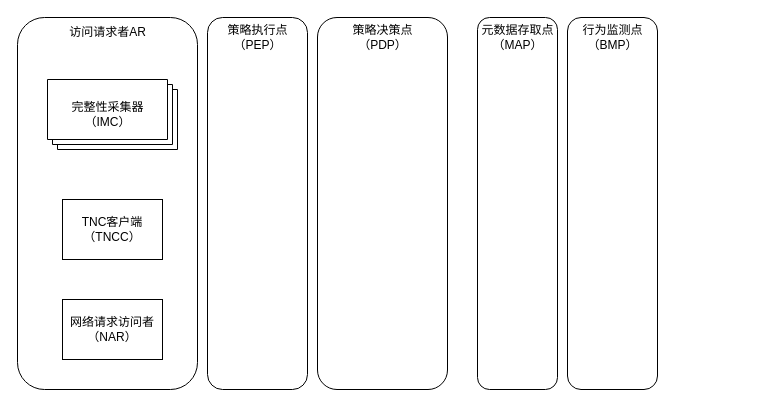
This is testDirectory/TNC体系架构.drawio from Moose1273/-, a draw.io file, before an edit. Source tidied: cells renumbered, new cells numbered last; positions are measured from the earlier drawing's top-left corner, leaving out a move shared by most shapes. Both pictures are drawn from the tidied source at 100%, with x=0, y=0 at pixel (17, 17).
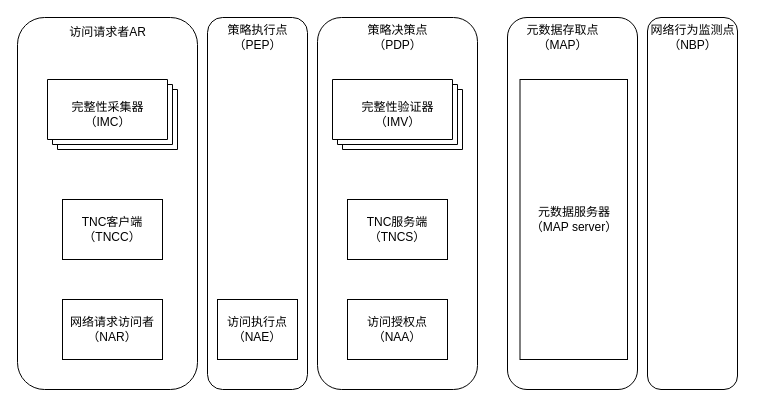
The same page after the edit.

Commit message (it also covers changes not shown here):
更新TNC体系架构.drawio

What changed in the source:
```diff
@@
     <mxCell id="4" style="rounded=1;whiteSpace=wrap;html=1;" parent="1" vertex="1">
-      <mxGeometry x="300" width="130" height="372" as="geometry" />
+      <mxGeometry x="300" width="160" height="372" as="geometry" />
     </mxCell>
     <mxCell id="5" style="rounded=1;whiteSpace=wrap;html=1;" parent="1" vertex="1">
-      <mxGeometry x="460" width="80" height="372" as="geometry" />
+      <mxGeometry x="490" width="130" height="372" as="geometry" />
     </mxCell>
     <mxCell id="6" style="rounded=1;whiteSpace=wrap;html=1;" parent="1" vertex="1">
-      <mxGeometry x="550" width="90" height="372" as="geometry" />
+      <mxGeometry x="630" width="90" height="372" as="geometry" />
     </mxCell>
@@
     <mxCell id="9" value="策略决策点&lt;div&gt;（PDP）&lt;/div&gt;" style="text;html=1;align=center;verticalAlign=middle;strokeColor=none;fillColor=none;" parent="1" vertex="1">
-      <mxGeometry x="325" width="80" height="40" as="geometry" />
+      <mxGeometry x="340" width="80" height="40" as="geometry" />
     </mxCell>
     <mxCell id="10" value="元数据存取点&lt;div&gt;（MAP）&lt;/div&gt;" style="text;html=1;align=center;verticalAlign=middle;strokeColor=none;fillColor=none;" parent="1" vertex="1">
-      <mxGeometry x="450" width="100" height="40" as="geometry" />
+      <mxGeometry x="495" width="100" height="40" as="geometry" />
     </mxCell>
-    <mxCell id="11" value="行为监测点&lt;div&gt;（BMP）&lt;/div&gt;" style="text;html=1;align=center;verticalAlign=middle;strokeColor=none;fillColor=none;" parent="1" vertex="1">
-      <mxGeometry x="555" width="80" height="40" as="geometry" />
+    <mxCell id="11" value="网络行为监测点&lt;div&gt;（NBP）&lt;/div&gt;" style="text;html=1;align=center;verticalAlign=middle;strokeColor=none;fillColor=none;" parent="1" vertex="1">
+      <mxGeometry x="620" width="110" height="40" as="geometry" />
     </mxCell>
@@
+    <mxCell id="16" value="访问执行点&lt;div&gt;（NAE）&lt;/div&gt;" style="rounded=0;whiteSpace=wrap;html=1;" parent="1" vertex="1">
+      <mxGeometry x="200" y="282" width="80" height="60" as="geometry" />
+    </mxCell>
+    <mxCell id="17" style="verticalLabelPosition=bottom;verticalAlign=top;html=1;shape=mxgraph.basic.layered_rect;dx=10;whiteSpace=wrap;" parent="1" vertex="1">
+      <mxGeometry x="315" y="62" width="130" height="70" as="geometry" />
+    </mxCell>
+    <mxCell id="18" value="完整性验证器&lt;div&gt;（IMV）&lt;/div&gt;" style="text;html=1;align=center;verticalAlign=middle;strokeColor=none;fillColor=none;" parent="1" vertex="1">
+      <mxGeometry x="330" y="77" width="100" height="40" as="geometry" />
+    </mxCell>
+    <mxCell id="19" value="TNC服务端&lt;div&gt;（TNCS）&lt;/div&gt;" style="rounded=0;whiteSpace=wrap;html=1;" parent="1" vertex="1">
+      <mxGeometry x="330" y="182" width="100" height="60" as="geometry" />
+    </mxCell>
+    <mxCell id="20" value="访问授权点&lt;div&gt;（NAA）&lt;/div&gt;" style="rounded=0;whiteSpace=wrap;html=1;" parent="1" vertex="1">
+      <mxGeometry x="330" y="282" width="100" height="60" as="geometry" />
+    </mxCell>
+    <mxCell id="21" value="元数据&lt;span style=&quot;background-color: initial;&quot;&gt;服务器&lt;/span&gt;&lt;div&gt;（MAP server）&lt;/div&gt;" style="rounded=0;whiteSpace=wrap;html=1;" parent="1" vertex="1">
+      <mxGeometry x="502.5" y="62" width="107.5" height="280" as="geometry" />
+    </mxCell>
```
